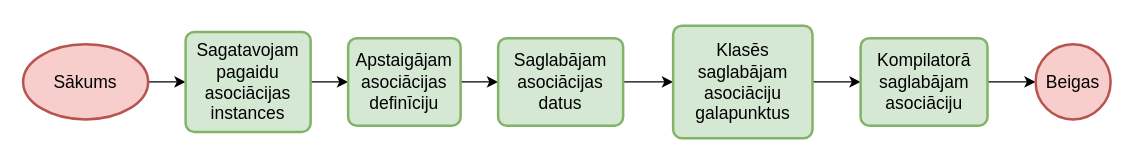
artiks12/webAppOS keeps this draw.io diagram as page "Kompilēt asociāciju" (1 of 4) of src/Kvalifikacijas darbs/Diagrammas/Kompilators/Asociācijas.drawio. Above is the earlier version. Source tidied: cells renumbered, new cells numbered last; positions are measured from the earlier drawing's top-left corner, leaving out a move shared by most shapes. Both pictures are drawn from the tidied source at 125%, with x=0, y=0 at pixel (22, 25).
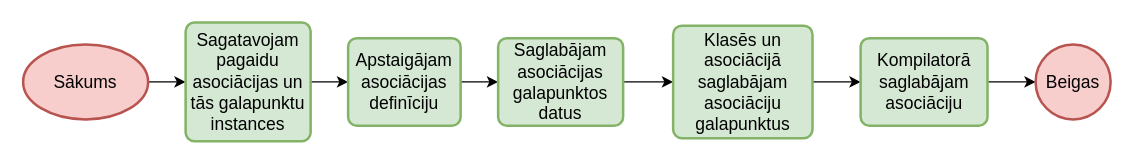
The same diagram, later.

The edit, as a diff of the source:
```diff
@@
 <mxGraphModel>
   <root>
     <mxCell id="0" />
     <mxCell id="1" parent="0" />
     <mxCell id="2" style="edgeStyle=orthogonalEdgeStyle;rounded=0;jettySize=auto;html=1;" parent="1" edge="1" source="3" target="5">
       <mxGeometry relative="1" as="geometry" />
     </mxCell>
     <mxCell id="3" value="Sākums" style="strokeWidth=2;html=1;shape=mxgraph.flowchart.start_1;whiteSpace=wrap;fontSize=14;fillColor=#f8cecc;strokeColor=#b85450;" parent="1" vertex="1">
       <mxGeometry y="15" width="100" height="60" as="geometry" />
     </mxCell>
     <mxCell id="4" style="edgeStyle=orthogonalEdgeStyle;rounded=0;jettySize=auto;html=1;" parent="1" edge="1" source="5" target="7">
       <mxGeometry relative="1" as="geometry" />
     </mxCell>
-    <mxCell id="5" value="Sagatavojam pagaidu asociācijas instances" style="rounded=1;whiteSpace=wrap;html=1;absoluteArcSize=1;arcSize=14;strokeWidth=2;fontSize=14;fillColor=#d5e8d4;strokeColor=#82b366;" parent="1" vertex="1">
-      <mxGeometry x="130" y="5" width="100" height="80" as="geometry" />
+    <mxCell id="5" value="Sagatavojam pagaidu asociācijas un tās galapunktu instances" style="rounded=1;whiteSpace=wrap;html=1;absoluteArcSize=1;arcSize=14;strokeWidth=2;fontSize=14;fillColor=#d5e8d4;strokeColor=#82b366;" parent="1" vertex="1">
+      <mxGeometry x="130" y="-2.5" width="100" height="95" as="geometry" />
     </mxCell>
     <mxCell id="6" style="edgeStyle=orthogonalEdgeStyle;rounded=0;jettySize=auto;html=1;" parent="1" edge="1" source="7" target="9">
       <mxGeometry relative="1" as="geometry" />
     </mxCell>
     <mxCell id="7" value="Apstaigājam asociācijas definīciju" style="rounded=1;whiteSpace=wrap;html=1;absoluteArcSize=1;arcSize=14;strokeWidth=2;fontSize=14;fillColor=#d5e8d4;strokeColor=#82b366;" parent="1" vertex="1">
       <mxGeometry x="260" y="10" width="90" height="70" as="geometry" />
     </mxCell>
     <mxCell id="8" style="edgeStyle=orthogonalEdgeStyle;rounded=0;jettySize=auto;html=1;entryX=0;entryY=0.5;entryDx=0;entryDy=0;" parent="1" edge="1" source="9" target="11">
       <mxGeometry relative="1" as="geometry" />
     </mxCell>
-    <mxCell id="9" value="Saglabājam asociācijas datus" style="rounded=1;whiteSpace=wrap;html=1;absoluteArcSize=1;arcSize=14;strokeWidth=2;fontSize=14;fillColor=#d5e8d4;strokeColor=#82b366;" parent="1" vertex="1">
+    <mxCell id="9" value="Saglabājam asociācijas&lt;br&gt;galapunktos datus" style="rounded=1;whiteSpace=wrap;html=1;absoluteArcSize=1;arcSize=14;strokeWidth=2;fontSize=14;fillColor=#d5e8d4;strokeColor=#82b366;" parent="1" vertex="1">
       <mxGeometry x="380" y="10" width="100" height="70" as="geometry" />
     </mxCell>
     <mxCell id="10" style="edgeStyle=orthogonalEdgeStyle;rounded=0;jettySize=auto;html=1;entryX=0;entryY=0.5;entryDx=0;entryDy=0;" parent="1" edge="1" source="11" target="13">
       <mxGeometry relative="1" as="geometry" />
     </mxCell>
-    <mxCell id="11" value="Klasēs saglabājam asociāciju galapunktus" style="rounded=1;whiteSpace=wrap;html=1;absoluteArcSize=1;arcSize=14;strokeWidth=2;fontSize=14;fillColor=#d5e8d4;strokeColor=#82b366;" parent="1" vertex="1">
+    <mxCell id="11" value="Klasēs un asociācijā saglabājam asociāciju galapunktus" style="rounded=1;whiteSpace=wrap;html=1;absoluteArcSize=1;arcSize=14;strokeWidth=2;fontSize=14;fillColor=#d5e8d4;strokeColor=#82b366;" parent="1" vertex="1">
       <mxGeometry x="520" width="111.5" height="90" as="geometry" />
     </mxCell>
     <mxCell id="12" style="edgeStyle=orthogonalEdgeStyle;rounded=0;jettySize=auto;html=1;entryX=0;entryY=0.5;entryDx=0;entryDy=0;entryPerimeter=0;" parent="1" edge="1" source="13" target="14">
       <mxGeometry relative="1" as="geometry" />
     </mxCell>
     <mxCell id="13" value="Kompilatorā saglabājam asociāciju" style="rounded=1;whiteSpace=wrap;html=1;absoluteArcSize=1;arcSize=14;strokeWidth=2;fontSize=14;fillColor=#d5e8d4;strokeColor=#82b366;" parent="1" vertex="1">
       <mxGeometry x="670" y="10" width="101.5" height="70" as="geometry" />
     </mxCell>
     <mxCell id="14" value="Beigas" style="strokeWidth=2;html=1;shape=mxgraph.flowchart.start_2;whiteSpace=wrap;fontSize=14;fillColor=#f8cecc;strokeColor=#b85450;" parent="1" vertex="1">
       <mxGeometry x="810" y="15" width="60" height="60" as="geometry" />
     </mxCell>
   </root>
 </mxGraphModel>
```
